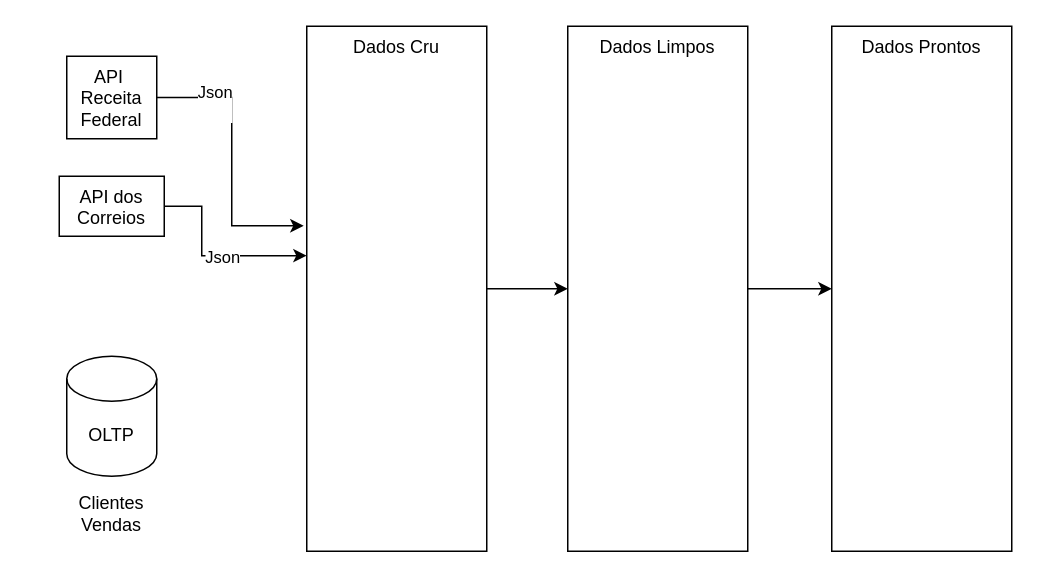
The draw.io diagram 01-Fundamentos-de-Programacao-e-Dados/01-Introducao-a-Engenharia-de-Dados/Projeto Pratico 1 - Loja.drawio in PArthur006/Formacao-Data_Engineer, before the edit. Source tidied: cells renumbered, new cells numbered last; positions are measured from the earlier drawing's top-left corner, leaving out a move shared by most shapes. Both pictures are drawn from the tidied source at 150%, with x=0, y=0 at pixel (58, 26).
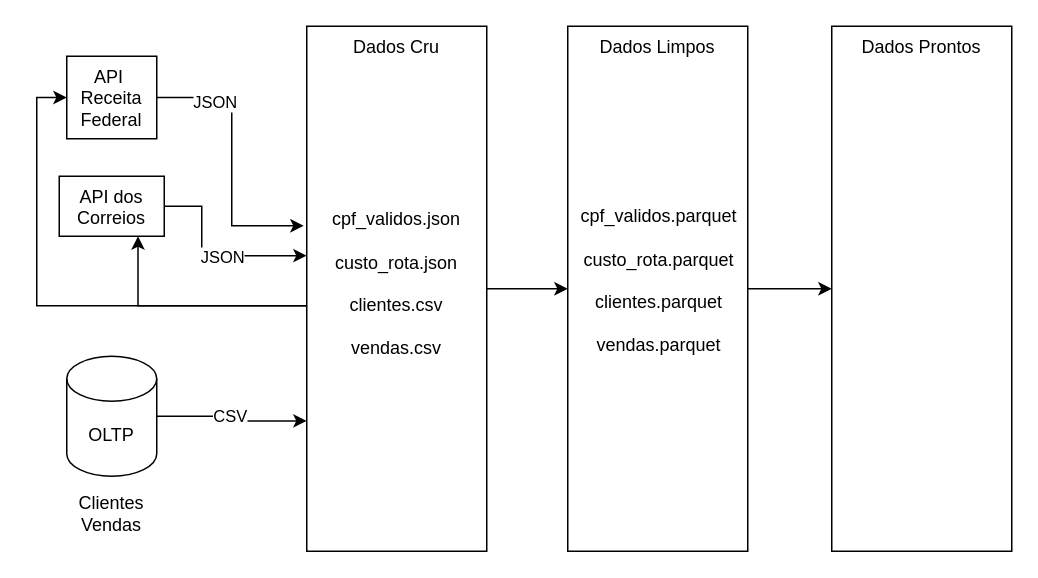
Above is the later version.

The change refers to these unchanged cells:
```xml
<mxCell id="2" value="OLTP" style="shape=cylinder3;whiteSpace=wrap;html=1;boundedLbl=1;backgroundOutline=1;size=15;" parent="1" vertex="1">
  <mxGeometry x="5" y="220" width="60" height="80" as="geometry" />
</mxCell>
<mxCell id="5" value="API dos Correios&lt;div&gt;&lt;br&gt;&lt;/div&gt;" style="text;html=1;whiteSpace=wrap;strokeColor=none;fillColor=none;align=center;verticalAlign=top;rounded=0;" parent="1" vertex="1">
  <mxGeometry y="100" width="70" height="40" as="geometry" />
</mxCell>
<mxCell id="7" value="API&amp;nbsp;&lt;div&gt;Receita Federal&lt;/div&gt;" style="text;html=1;whiteSpace=wrap;strokeColor=none;fillColor=none;align=center;verticalAlign=top;rounded=0;" parent="1" vertex="1">
  <mxGeometry x="5" y="20" width="60" height="55" as="geometry" />
</mxCell>
<mxCell id="16" style="edgeStyle=orthogonalEdgeStyle;rounded=0;jettySize=auto;html=1;exitX=1;exitY=0.5;exitDx=0;exitDy=0;entryX=-0.017;entryY=0.38;entryDx=0;entryDy=0;entryPerimeter=0;" parent="1" edge="1" source="7" target="9">
  <mxGeometry relative="1" as="geometry" />
</mxCell>
<mxCell id="18" style="edgeStyle=orthogonalEdgeStyle;rounded=0;jettySize=auto;html=1;exitX=1;exitY=0.5;exitDx=0;exitDy=0;entryX=0;entryY=0.437;entryDx=0;entryDy=0;entryPerimeter=0;" parent="1" edge="1" source="5" target="9">
  <mxGeometry relative="1" as="geometry">
    <Array as="points">
      <mxPoint x="95" y="120" />
      <mxPoint x="95" y="153" />
    </Array>
  </mxGeometry>
</mxCell>
```

Change to the diagram source:
```diff
@@
+    <mxCell id="20" style="edgeStyle=orthogonalEdgeStyle;rounded=0;jettySize=auto;html=1;exitX=1;exitY=0.5;exitDx=0;exitDy=0;exitPerimeter=0;entryX=0;entryY=0.75;entryDx=0;entryDy=0;" parent="1" edge="1" source="2" target="24">
+      <mxGeometry relative="1" as="geometry" />
+    </mxCell>
+    <mxCell id="21" value="CSV" style="edgeLabel;html=1;align=center;verticalAlign=middle;" parent="20" vertex="1">
+      <mxGeometry x="-0.07" y="1" relative="1" as="geometry" />
+    </mxCell>
@@
-    <mxCell id="17" value="Json&lt;div&gt;&lt;br&gt;&lt;/div&gt;" style="edgeLabel;html=1;align=center;verticalAlign=middle;" parent="16" vertex="1">
+    <mxCell id="17" value="JSON" style="edgeLabel;html=1;align=center;verticalAlign=middle;" parent="16" vertex="1">
       <mxGeometry x="-0.59" y="-2" relative="1" as="geometry">
         <mxPoint y="1" as="offset" />
       </mxGeometry>
     </mxCell>
@@
-    <mxCell id="19" value="Json" style="edgeLabel;html=1;align=center;verticalAlign=middle;" parent="18" vertex="1">
+    <mxCell id="19" value="JSON" style="edgeLabel;html=1;align=center;verticalAlign=middle;" parent="18" vertex="1">
       <mxGeometry x="0.11" y="-1" relative="1" as="geometry" />
     </mxCell>
+    <mxCell id="22" style="edgeStyle=orthogonalEdgeStyle;rounded=0;jettySize=auto;html=1;exitX=0;exitY=0.5;exitDx=0;exitDy=0;entryX=0.75;entryY=1;entryDx=0;entryDy=0;" parent="1" edge="1" source="24" target="5">
+      <mxGeometry relative="1" as="geometry" />
+    </mxCell>
+    <mxCell id="23" style="edgeStyle=orthogonalEdgeStyle;rounded=0;jettySize=auto;html=1;exitX=0;exitY=0.5;exitDx=0;exitDy=0;entryX=0;entryY=0.5;entryDx=0;entryDy=0;" parent="1" edge="1" source="24" target="7">
+      <mxGeometry relative="1" as="geometry" />
+    </mxCell>
+    <mxCell id="24" value="cpf_validos.json&lt;div&gt;&lt;br&gt;&lt;div&gt;custo_rota.json&lt;/div&gt;&lt;/div&gt;&lt;div&gt;&lt;br&gt;&lt;/div&gt;&lt;div&gt;clientes.csv&lt;/div&gt;&lt;div&gt;&lt;br&gt;&lt;/div&gt;&lt;div&gt;vendas.csv&lt;/div&gt;&lt;div&gt;&lt;br&gt;&lt;/div&gt;&lt;div&gt;&lt;br&gt;&lt;/div&gt;" style="text;html=1;whiteSpace=wrap;strokeColor=none;fillColor=none;align=center;verticalAlign=middle;rounded=0;" parent="1" vertex="1">
+      <mxGeometry x="165" y="32.5" width="120" height="307.5" as="geometry" />
+    </mxCell>
+    <mxCell id="25" value="cpf_validos.parquet&lt;div&gt;&lt;br&gt;&lt;div&gt;custo_rota&lt;span style=&quot;background-color: transparent; color: light-dark(rgb(0, 0, 0), rgb(255, 255, 255));&quot;&gt;.parquet&lt;/span&gt;&lt;/div&gt;&lt;/div&gt;&lt;div&gt;&lt;br&gt;&lt;/div&gt;&lt;div&gt;clientes&lt;span style=&quot;background-color: transparent; color: light-dark(rgb(0, 0, 0), rgb(255, 255, 255));&quot;&gt;.parquet&lt;/span&gt;&lt;/div&gt;&lt;div&gt;&lt;br&gt;&lt;/div&gt;&lt;div&gt;vendas&lt;span style=&quot;background-color: transparent; color: light-dark(rgb(0, 0, 0), rgb(255, 255, 255));&quot;&gt;.parquet&lt;/span&gt;&lt;/div&gt;&lt;div&gt;&lt;br&gt;&lt;/div&gt;&lt;div&gt;&lt;br&gt;&lt;/div&gt;" style="text;html=1;whiteSpace=wrap;strokeColor=none;fillColor=none;align=center;verticalAlign=middle;rounded=0;" parent="1" vertex="1">
+      <mxGeometry x="340" y="30" width="120" height="307.5" as="geometry" />
+    </mxCell>
```
